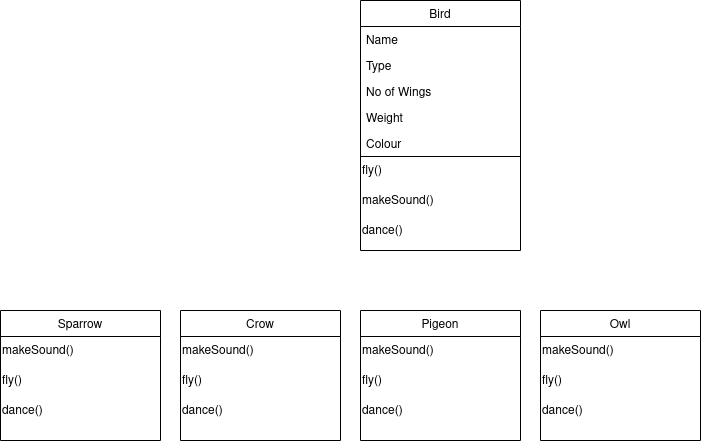
The draw.io diagram images/Bird2.png in KiranACD/PracticelldJava, before a commit. Source tidied: cells renumbered, new cells last; positions are measured from the earlier drawing's top-left corner, leaving out a move shared by most shapes. Its diagram source:
```xml
<mxGraphModel>
  <root>
    <mxCell id="0" />
    <mxCell id="1" parent="0" />
    <mxCell id="2" value="Bird" style="swimlane;fontStyle=0;align=center;verticalAlign=top;horizontal=1;startSize=26;rounded=0;shadow=0;strokeWidth=1;" parent="1" vertex="1">
      <mxGeometry x="360" width="160" height="250" as="geometry" />
    </mxCell>
    <mxCell id="3" value="Name" style="text;align=left;verticalAlign=top;spacingLeft=4;spacingRight=4;overflow=hidden;" parent="2" vertex="1">
      <mxGeometry y="26" width="160" height="26" as="geometry" />
    </mxCell>
    <mxCell id="4" value="Type" style="text;align=left;verticalAlign=top;spacingLeft=4;spacingRight=4;overflow=hidden;rounded=0;shadow=0;html=0;" parent="2" vertex="1">
      <mxGeometry y="52" width="160" height="26" as="geometry" />
    </mxCell>
    <mxCell id="5" value="No of Wings" style="text;align=left;verticalAlign=top;spacingLeft=4;spacingRight=4;overflow=hidden;rounded=0;shadow=0;html=0;" parent="2" vertex="1">
      <mxGeometry y="78" width="160" height="26" as="geometry" />
    </mxCell>
    <mxCell id="6" value="Weight" style="text;align=left;verticalAlign=top;spacingLeft=4;spacingRight=4;overflow=hidden;rounded=0;shadow=0;html=0;" parent="2" vertex="1">
      <mxGeometry y="104" width="160" height="26" as="geometry" />
    </mxCell>
    <mxCell id="7" value="Colour" style="text;align=left;verticalAlign=top;spacingLeft=4;spacingRight=4;overflow=hidden;rounded=0;shadow=0;html=0;" parent="2" vertex="1">
      <mxGeometry y="130" width="160" height="26" as="geometry" />
    </mxCell>
    <mxCell id="8" style="endArrow=none;html=1;rounded=0;" parent="2" edge="1">
      <mxGeometry relative="1" as="geometry">
        <mxPoint y="156" as="sourcePoint" />
        <mxPoint x="160" y="156" as="targetPoint" />
      </mxGeometry>
    </mxCell>
    <mxCell id="9" value="&lt;div align=&quot;left&quot;&gt;fly()&lt;br&gt;&lt;/div&gt;" style="text;html=1;strokeColor=none;fillColor=none;align=left;verticalAlign=middle;whiteSpace=wrap;rounded=0;" parent="2" vertex="1">
      <mxGeometry y="156" width="160" height="30" as="geometry" />
    </mxCell>
    <mxCell id="10" value="makeSound()" style="text;html=1;strokeColor=none;fillColor=none;align=left;verticalAlign=middle;whiteSpace=wrap;rounded=0;" parent="2" vertex="1">
      <mxGeometry y="186" width="160" height="30" as="geometry" />
    </mxCell>
    <mxCell id="11" value="dance()" style="text;html=1;strokeColor=none;fillColor=none;align=left;verticalAlign=middle;whiteSpace=wrap;rounded=0;" parent="2" vertex="1">
      <mxGeometry y="216" width="160" height="30" as="geometry" />
    </mxCell>
    <mxCell id="12" value="Sparrow" style="swimlane;fontStyle=0;align=center;verticalAlign=top;horizontal=1;startSize=26;rounded=0;shadow=0;strokeWidth=1;" parent="1" vertex="1">
      <mxGeometry y="310" width="160" height="130" as="geometry" />
    </mxCell>
    <mxCell id="13" value="makeSound()" style="text;html=1;strokeColor=none;fillColor=none;align=left;verticalAlign=middle;whiteSpace=wrap;rounded=0;" parent="12" vertex="1">
      <mxGeometry y="26" width="160" height="30" as="geometry" />
    </mxCell>
    <mxCell id="14" value="&lt;div align=&quot;left&quot;&gt;fly()&lt;br&gt;&lt;/div&gt;" style="text;html=1;strokeColor=none;fillColor=none;align=left;verticalAlign=middle;whiteSpace=wrap;rounded=0;" parent="12" vertex="1">
      <mxGeometry y="56" width="160" height="30" as="geometry" />
    </mxCell>
    <mxCell id="15" value="dance()" style="text;html=1;strokeColor=none;fillColor=none;align=left;verticalAlign=middle;whiteSpace=wrap;rounded=0;" parent="12" vertex="1">
      <mxGeometry y="86" width="160" height="30" as="geometry" />
    </mxCell>
    <mxCell id="16" style="endArrow=none;html=1;rounded=0;exitX=0;exitY=0;exitDx=0;exitDy=0;entryX=1;entryY=0;entryDx=0;entryDy=0;" parent="12" edge="1" source="13" target="13">
      <mxGeometry relative="1" as="geometry" />
    </mxCell>
    <mxCell id="17" value="Crow" style="swimlane;fontStyle=0;align=center;verticalAlign=top;horizontal=1;startSize=26;rounded=0;shadow=0;strokeWidth=1;" parent="1" vertex="1">
      <mxGeometry x="180" y="310" width="160" height="130" as="geometry" />
    </mxCell>
    <mxCell id="18" value="makeSound()" style="text;html=1;strokeColor=none;fillColor=none;align=left;verticalAlign=middle;whiteSpace=wrap;rounded=0;" parent="17" vertex="1">
      <mxGeometry y="26" width="160" height="30" as="geometry" />
    </mxCell>
    <mxCell id="19" value="&lt;div align=&quot;left&quot;&gt;fly()&lt;br&gt;&lt;/div&gt;" style="text;html=1;strokeColor=none;fillColor=none;align=left;verticalAlign=middle;whiteSpace=wrap;rounded=0;" parent="17" vertex="1">
      <mxGeometry y="56" width="160" height="30" as="geometry" />
    </mxCell>
    <mxCell id="20" value="dance()" style="text;html=1;strokeColor=none;fillColor=none;align=left;verticalAlign=middle;whiteSpace=wrap;rounded=0;" parent="17" vertex="1">
      <mxGeometry y="86" width="160" height="30" as="geometry" />
    </mxCell>
    <mxCell id="21" style="endArrow=none;html=1;rounded=0;exitX=0;exitY=0;exitDx=0;exitDy=0;entryX=1;entryY=0;entryDx=0;entryDy=0;" parent="17" edge="1" source="18" target="18">
      <mxGeometry relative="1" as="geometry" />
    </mxCell>
    <mxCell id="22" value="Pigeon" style="swimlane;fontStyle=0;align=center;verticalAlign=top;horizontal=1;startSize=26;rounded=0;shadow=0;strokeWidth=1;" parent="1" vertex="1">
      <mxGeometry x="360" y="310" width="160" height="130" as="geometry" />
    </mxCell>
    <mxCell id="23" value="makeSound()" style="text;html=1;strokeColor=none;fillColor=none;align=left;verticalAlign=middle;whiteSpace=wrap;rounded=0;" parent="22" vertex="1">
      <mxGeometry y="26" width="160" height="30" as="geometry" />
    </mxCell>
    <mxCell id="24" value="&lt;div align=&quot;left&quot;&gt;fly()&lt;br&gt;&lt;/div&gt;" style="text;html=1;strokeColor=none;fillColor=none;align=left;verticalAlign=middle;whiteSpace=wrap;rounded=0;" parent="22" vertex="1">
      <mxGeometry y="56" width="160" height="30" as="geometry" />
    </mxCell>
    <mxCell id="25" value="dance()" style="text;html=1;strokeColor=none;fillColor=none;align=left;verticalAlign=middle;whiteSpace=wrap;rounded=0;" parent="22" vertex="1">
      <mxGeometry y="86" width="160" height="30" as="geometry" />
    </mxCell>
    <mxCell id="26" style="endArrow=none;html=1;rounded=0;exitX=0;exitY=0;exitDx=0;exitDy=0;entryX=1;entryY=0;entryDx=0;entryDy=0;" parent="22" edge="1" source="23" target="23">
      <mxGeometry relative="1" as="geometry" />
    </mxCell>
    <mxCell id="27" value="Owl" style="swimlane;fontStyle=0;align=center;verticalAlign=top;horizontal=1;startSize=26;rounded=0;shadow=0;strokeWidth=1;" parent="1" vertex="1">
      <mxGeometry x="540" y="310" width="160" height="130" as="geometry" />
    </mxCell>
    <mxCell id="28" value="makeSound()" style="text;html=1;strokeColor=none;fillColor=none;align=left;verticalAlign=middle;whiteSpace=wrap;rounded=0;" parent="27" vertex="1">
      <mxGeometry y="26" width="160" height="30" as="geometry" />
    </mxCell>
    <mxCell id="29" value="&lt;div align=&quot;left&quot;&gt;fly()&lt;br&gt;&lt;/div&gt;" style="text;html=1;strokeColor=none;fillColor=none;align=left;verticalAlign=middle;whiteSpace=wrap;rounded=0;" parent="27" vertex="1">
      <mxGeometry y="56" width="160" height="30" as="geometry" />
    </mxCell>
    <mxCell id="30" value="dance()" style="text;html=1;strokeColor=none;fillColor=none;align=left;verticalAlign=middle;whiteSpace=wrap;rounded=0;" parent="27" vertex="1">
      <mxGeometry y="86" width="160" height="30" as="geometry" />
    </mxCell>
    <mxCell id="31" style="endArrow=none;html=1;rounded=0;exitX=0;exitY=0;exitDx=0;exitDy=0;entryX=1;entryY=0;entryDx=0;entryDy=0;" parent="27" edge="1" source="28" target="28">
      <mxGeometry relative="1" as="geometry" />
    </mxCell>
  </root>
</mxGraphModel>
```
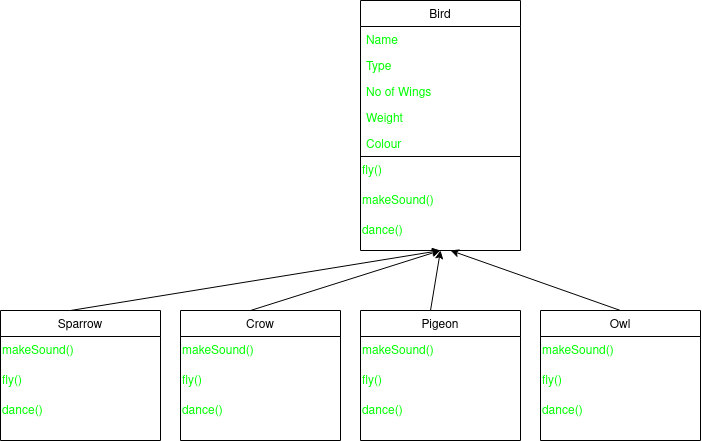
The same diagram one commit later.

Commit message:
Flying NonFlying4

Change to the diagram source:
```diff
@@ -5,19 +5,19 @@
     <mxCell id="2" value="Bird" style="swimlane;fontStyle=0;align=center;verticalAlign=top;horizontal=1;startSize=26;rounded=0;shadow=0;strokeWidth=1;" parent="1" vertex="1">
       <mxGeometry x="360" width="160" height="250" as="geometry" />
     </mxCell>
-    <mxCell id="3" value="Name" style="text;align=left;verticalAlign=top;spacingLeft=4;spacingRight=4;overflow=hidden;" parent="2" vertex="1">
+    <mxCell id="3" value="Name" style="text;align=left;verticalAlign=top;spacingLeft=4;spacingRight=4;overflow=hidden;fontColor=#00FF00;" parent="2" vertex="1">
       <mxGeometry y="26" width="160" height="26" as="geometry" />
     </mxCell>
-    <mxCell id="4" value="Type" style="text;align=left;verticalAlign=top;spacingLeft=4;spacingRight=4;overflow=hidden;rounded=0;shadow=0;html=0;" parent="2" vertex="1">
+    <mxCell id="4" value="Type" style="text;align=left;verticalAlign=top;spacingLeft=4;spacingRight=4;overflow=hidden;rounded=0;shadow=0;html=0;fontColor=#00FF00;" parent="2" vertex="1">
       <mxGeometry y="52" width="160" height="26" as="geometry" />
     </mxCell>
-    <mxCell id="5" value="No of Wings" style="text;align=left;verticalAlign=top;spacingLeft=4;spacingRight=4;overflow=hidden;rounded=0;shadow=0;html=0;" parent="2" vertex="1">
+    <mxCell id="5" value="No of Wings" style="text;align=left;verticalAlign=top;spacingLeft=4;spacingRight=4;overflow=hidden;rounded=0;shadow=0;html=0;fontColor=#00FF00;" parent="2" vertex="1">
       <mxGeometry y="78" width="160" height="26" as="geometry" />
     </mxCell>
-    <mxCell id="6" value="Weight" style="text;align=left;verticalAlign=top;spacingLeft=4;spacingRight=4;overflow=hidden;rounded=0;shadow=0;html=0;" parent="2" vertex="1">
+    <mxCell id="6" value="Weight" style="text;align=left;verticalAlign=top;spacingLeft=4;spacingRight=4;overflow=hidden;rounded=0;shadow=0;html=0;fontColor=#00FF00;" parent="2" vertex="1">
       <mxGeometry y="104" width="160" height="26" as="geometry" />
     </mxCell>
-    <mxCell id="7" value="Colour" style="text;align=left;verticalAlign=top;spacingLeft=4;spacingRight=4;overflow=hidden;rounded=0;shadow=0;html=0;" parent="2" vertex="1">
+    <mxCell id="7" value="Colour" style="text;align=left;verticalAlign=top;spacingLeft=4;spacingRight=4;overflow=hidden;rounded=0;shadow=0;html=0;fontColor=#00FF00;" parent="2" vertex="1">
       <mxGeometry y="130" width="160" height="26" as="geometry" />
     </mxCell>
     <mxCell id="8" style="endArrow=none;html=1;rounded=0;" parent="2" edge="1">
@@ -26,25 +26,25 @@
         <mxPoint x="160" y="156" as="targetPoint" />
       </mxGeometry>
     </mxCell>
-    <mxCell id="9" value="&lt;div align=&quot;left&quot;&gt;fly()&lt;br&gt;&lt;/div&gt;" style="text;html=1;strokeColor=none;fillColor=none;align=left;verticalAlign=middle;whiteSpace=wrap;rounded=0;" parent="2" vertex="1">
+    <mxCell id="9" value="&lt;div align=&quot;left&quot;&gt;&lt;font color=&quot;#00FF00&quot;&gt;fly()&lt;/font&gt;&lt;br&gt;&lt;/div&gt;" style="text;html=1;strokeColor=none;fillColor=none;align=left;verticalAlign=middle;whiteSpace=wrap;rounded=0;" parent="2" vertex="1">
       <mxGeometry y="156" width="160" height="30" as="geometry" />
     </mxCell>
-    <mxCell id="10" value="makeSound()" style="text;html=1;strokeColor=none;fillColor=none;align=left;verticalAlign=middle;whiteSpace=wrap;rounded=0;" parent="2" vertex="1">
+    <mxCell id="10" value="&lt;font color=&quot;#00FF00&quot;&gt;makeSound()&lt;/font&gt;" style="text;html=1;strokeColor=none;fillColor=none;align=left;verticalAlign=middle;whiteSpace=wrap;rounded=0;" parent="2" vertex="1">
       <mxGeometry y="186" width="160" height="30" as="geometry" />
     </mxCell>
-    <mxCell id="11" value="dance()" style="text;html=1;strokeColor=none;fillColor=none;align=left;verticalAlign=middle;whiteSpace=wrap;rounded=0;" parent="2" vertex="1">
+    <mxCell id="11" value="&lt;font color=&quot;#00FF00&quot;&gt;dance()&lt;/font&gt;" style="text;html=1;strokeColor=none;fillColor=none;align=left;verticalAlign=middle;whiteSpace=wrap;rounded=0;" parent="2" vertex="1">
       <mxGeometry y="216" width="160" height="30" as="geometry" />
     </mxCell>
     <mxCell id="12" value="Sparrow" style="swimlane;fontStyle=0;align=center;verticalAlign=top;horizontal=1;startSize=26;rounded=0;shadow=0;strokeWidth=1;" parent="1" vertex="1">
       <mxGeometry y="310" width="160" height="130" as="geometry" />
     </mxCell>
-    <mxCell id="13" value="makeSound()" style="text;html=1;strokeColor=none;fillColor=none;align=left;verticalAlign=middle;whiteSpace=wrap;rounded=0;" parent="12" vertex="1">
+    <mxCell id="13" value="&lt;font color=&quot;#00FF00&quot;&gt;makeSound()&lt;/font&gt;" style="text;html=1;strokeColor=none;fillColor=none;align=left;verticalAlign=middle;whiteSpace=wrap;rounded=0;" parent="12" vertex="1">
       <mxGeometry y="26" width="160" height="30" as="geometry" />
     </mxCell>
-    <mxCell id="14" value="&lt;div align=&quot;left&quot;&gt;fly()&lt;br&gt;&lt;/div&gt;" style="text;html=1;strokeColor=none;fillColor=none;align=left;verticalAlign=middle;whiteSpace=wrap;rounded=0;" parent="12" vertex="1">
+    <mxCell id="14" value="&lt;div align=&quot;left&quot;&gt;&lt;font color=&quot;#00FF00&quot;&gt;fly()&lt;br&gt;&lt;/font&gt;&lt;/div&gt;" style="text;html=1;strokeColor=none;fillColor=none;align=left;verticalAlign=middle;whiteSpace=wrap;rounded=0;" parent="12" vertex="1">
       <mxGeometry y="56" width="160" height="30" as="geometry" />
     </mxCell>
-    <mxCell id="15" value="dance()" style="text;html=1;strokeColor=none;fillColor=none;align=left;verticalAlign=middle;whiteSpace=wrap;rounded=0;" parent="12" vertex="1">
+    <mxCell id="15" value="&lt;font color=&quot;#00FF00&quot;&gt;dance()&lt;/font&gt;" style="text;html=1;strokeColor=none;fillColor=none;align=left;verticalAlign=middle;whiteSpace=wrap;rounded=0;" parent="12" vertex="1">
       <mxGeometry y="86" width="160" height="30" as="geometry" />
     </mxCell>
     <mxCell id="16" style="endArrow=none;html=1;rounded=0;exitX=0;exitY=0;exitDx=0;exitDy=0;entryX=1;entryY=0;entryDx=0;entryDy=0;" parent="12" edge="1" source="13" target="13">
@@ -53,13 +53,13 @@
     <mxCell id="17" value="Crow" style="swimlane;fontStyle=0;align=center;verticalAlign=top;horizontal=1;startSize=26;rounded=0;shadow=0;strokeWidth=1;" parent="1" vertex="1">
       <mxGeometry x="180" y="310" width="160" height="130" as="geometry" />
     </mxCell>
-    <mxCell id="18" value="makeSound()" style="text;html=1;strokeColor=none;fillColor=none;align=left;verticalAlign=middle;whiteSpace=wrap;rounded=0;" parent="17" vertex="1">
+    <mxCell id="18" value="&lt;font color=&quot;#00FF00&quot;&gt;makeSound()&lt;/font&gt;" style="text;html=1;strokeColor=none;fillColor=none;align=left;verticalAlign=middle;whiteSpace=wrap;rounded=0;" parent="17" vertex="1">
       <mxGeometry y="26" width="160" height="30" as="geometry" />
     </mxCell>
-    <mxCell id="19" value="&lt;div align=&quot;left&quot;&gt;fly()&lt;br&gt;&lt;/div&gt;" style="text;html=1;strokeColor=none;fillColor=none;align=left;verticalAlign=middle;whiteSpace=wrap;rounded=0;" parent="17" vertex="1">
+    <mxCell id="19" value="&lt;div align=&quot;left&quot;&gt;&lt;font color=&quot;#00FF00&quot;&gt;fly()&lt;br&gt;&lt;/font&gt;&lt;/div&gt;" style="text;html=1;strokeColor=none;fillColor=none;align=left;verticalAlign=middle;whiteSpace=wrap;rounded=0;" parent="17" vertex="1">
       <mxGeometry y="56" width="160" height="30" as="geometry" />
     </mxCell>
-    <mxCell id="20" value="dance()" style="text;html=1;strokeColor=none;fillColor=none;align=left;verticalAlign=middle;whiteSpace=wrap;rounded=0;" parent="17" vertex="1">
+    <mxCell id="20" value="&lt;font color=&quot;#00FF00&quot;&gt;dance()&lt;/font&gt;" style="text;html=1;strokeColor=none;fillColor=none;align=left;verticalAlign=middle;whiteSpace=wrap;rounded=0;" parent="17" vertex="1">
       <mxGeometry y="86" width="160" height="30" as="geometry" />
     </mxCell>
     <mxCell id="21" style="endArrow=none;html=1;rounded=0;exitX=0;exitY=0;exitDx=0;exitDy=0;entryX=1;entryY=0;entryDx=0;entryDy=0;" parent="17" edge="1" source="18" target="18">
@@ -68,13 +68,13 @@
     <mxCell id="22" value="Pigeon" style="swimlane;fontStyle=0;align=center;verticalAlign=top;horizontal=1;startSize=26;rounded=0;shadow=0;strokeWidth=1;" parent="1" vertex="1">
       <mxGeometry x="360" y="310" width="160" height="130" as="geometry" />
     </mxCell>
-    <mxCell id="23" value="makeSound()" style="text;html=1;strokeColor=none;fillColor=none;align=left;verticalAlign=middle;whiteSpace=wrap;rounded=0;" parent="22" vertex="1">
+    <mxCell id="23" value="&lt;font color=&quot;#00FF00&quot;&gt;makeSound()&lt;/font&gt;" style="text;html=1;strokeColor=none;fillColor=none;align=left;verticalAlign=middle;whiteSpace=wrap;rounded=0;" parent="22" vertex="1">
       <mxGeometry y="26" width="160" height="30" as="geometry" />
     </mxCell>
-    <mxCell id="24" value="&lt;div align=&quot;left&quot;&gt;fly()&lt;br&gt;&lt;/div&gt;" style="text;html=1;strokeColor=none;fillColor=none;align=left;verticalAlign=middle;whiteSpace=wrap;rounded=0;" parent="22" vertex="1">
+    <mxCell id="24" value="&lt;div align=&quot;left&quot;&gt;&lt;font color=&quot;#00FF00&quot;&gt;fly()&lt;br&gt;&lt;/font&gt;&lt;/div&gt;" style="text;html=1;strokeColor=none;fillColor=none;align=left;verticalAlign=middle;whiteSpace=wrap;rounded=0;" parent="22" vertex="1">
       <mxGeometry y="56" width="160" height="30" as="geometry" />
     </mxCell>
-    <mxCell id="25" value="dance()" style="text;html=1;strokeColor=none;fillColor=none;align=left;verticalAlign=middle;whiteSpace=wrap;rounded=0;" parent="22" vertex="1">
+    <mxCell id="25" value="&lt;font color=&quot;#00FF00&quot;&gt;dance()&lt;/font&gt;" style="text;html=1;strokeColor=none;fillColor=none;align=left;verticalAlign=middle;whiteSpace=wrap;rounded=0;" parent="22" vertex="1">
       <mxGeometry y="86" width="160" height="30" as="geometry" />
     </mxCell>
     <mxCell id="26" style="endArrow=none;html=1;rounded=0;exitX=0;exitY=0;exitDx=0;exitDy=0;entryX=1;entryY=0;entryDx=0;entryDy=0;" parent="22" edge="1" source="23" target="23">
@@ -83,17 +83,39 @@
     <mxCell id="27" value="Owl" style="swimlane;fontStyle=0;align=center;verticalAlign=top;horizontal=1;startSize=26;rounded=0;shadow=0;strokeWidth=1;" parent="1" vertex="1">
       <mxGeometry x="540" y="310" width="160" height="130" as="geometry" />
     </mxCell>
-    <mxCell id="28" value="makeSound()" style="text;html=1;strokeColor=none;fillColor=none;align=left;verticalAlign=middle;whiteSpace=wrap;rounded=0;" parent="27" vertex="1">
+    <mxCell id="28" value="&lt;font color=&quot;#00FF00&quot;&gt;makeSound()&lt;/font&gt;" style="text;html=1;strokeColor=none;fillColor=none;align=left;verticalAlign=middle;whiteSpace=wrap;rounded=0;" parent="27" vertex="1">
       <mxGeometry y="26" width="160" height="30" as="geometry" />
     </mxCell>
-    <mxCell id="29" value="&lt;div align=&quot;left&quot;&gt;fly()&lt;br&gt;&lt;/div&gt;" style="text;html=1;strokeColor=none;fillColor=none;align=left;verticalAlign=middle;whiteSpace=wrap;rounded=0;" parent="27" vertex="1">
+    <mxCell id="29" value="&lt;div align=&quot;left&quot;&gt;&lt;font color=&quot;#00FF00&quot;&gt;fly()&lt;br&gt;&lt;/font&gt;&lt;/div&gt;" style="text;html=1;strokeColor=none;fillColor=none;align=left;verticalAlign=middle;whiteSpace=wrap;rounded=0;" parent="27" vertex="1">
       <mxGeometry y="56" width="160" height="30" as="geometry" />
     </mxCell>
-    <mxCell id="30" value="dance()" style="text;html=1;strokeColor=none;fillColor=none;align=left;verticalAlign=middle;whiteSpace=wrap;rounded=0;" parent="27" vertex="1">
+    <mxCell id="30" value="&lt;font color=&quot;#00FF00&quot;&gt;dance()&lt;/font&gt;" style="text;html=1;strokeColor=none;fillColor=none;align=left;verticalAlign=middle;whiteSpace=wrap;rounded=0;" parent="27" vertex="1">
       <mxGeometry y="86" width="160" height="30" as="geometry" />
     </mxCell>
     <mxCell id="31" style="endArrow=none;html=1;rounded=0;exitX=0;exitY=0;exitDx=0;exitDy=0;entryX=1;entryY=0;entryDx=0;entryDy=0;" parent="27" edge="1" source="28" target="28">
       <mxGeometry relative="1" as="geometry" />
     </mxCell>
+    <mxCell id="32" style="endArrow=classic;html=1;rounded=0;fontColor=#00FF00;entryX=0.5;entryY=1;entryDx=0;entryDy=0;" parent="1" edge="1" target="2">
+      <mxGeometry relative="1" as="geometry">
+        <mxPoint x="70" y="310" as="sourcePoint" />
+      </mxGeometry>
+    </mxCell>
+    <mxCell id="33" style="endArrow=classic;html=1;rounded=0;fontColor=#00FF00;" parent="1" edge="1">
+      <mxGeometry relative="1" as="geometry">
+        <mxPoint x="250" y="310" as="sourcePoint" />
+        <mxPoint x="440" y="250" as="targetPoint" />
+      </mxGeometry>
+    </mxCell>
+    <mxCell id="34" style="endArrow=classic;html=1;rounded=0;fontColor=#00FF00;entryX=0.5;entryY=1;entryDx=0;entryDy=0;" parent="1" edge="1" target="2">
+      <mxGeometry relative="1" as="geometry">
+        <mxPoint x="430" y="310" as="sourcePoint" />
+      </mxGeometry>
+    </mxCell>
+    <mxCell id="35" style="endArrow=classic;html=1;rounded=0;fontColor=#00FF00;" parent="1" edge="1">
+      <mxGeometry relative="1" as="geometry">
+        <mxPoint x="620" y="310" as="sourcePoint" />
+        <mxPoint x="450" y="250" as="targetPoint" />
+      </mxGeometry>
+    </mxCell>
   </root>
 </mxGraphModel>
```
